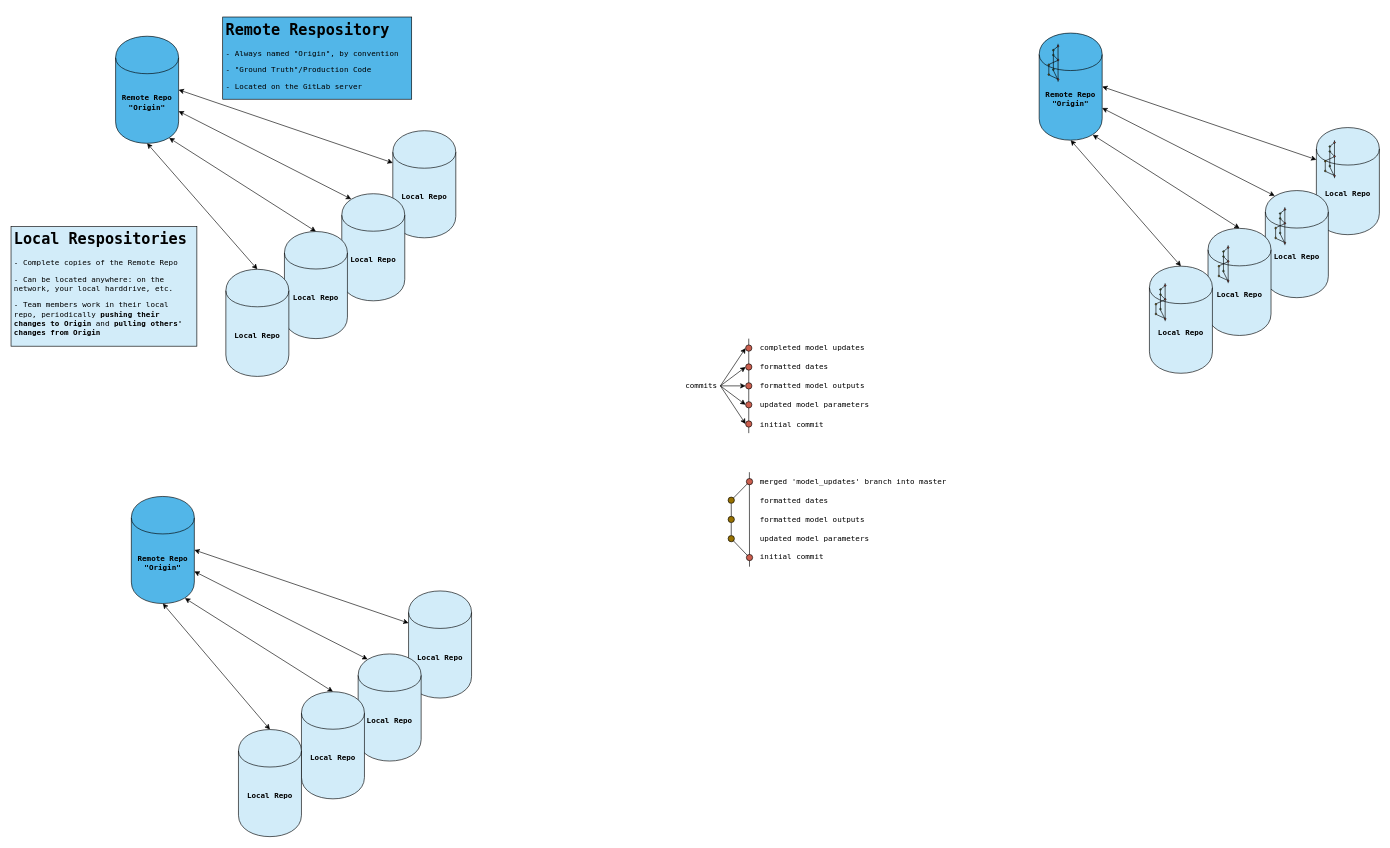
The draw.io diagram img/diagrams.drawio in summitllc/git_school, before the edit. Source tidied: cells renumbered, new cells numbered last; positions are measured from the earlier drawing's top-left corner, leaving out a move shared by most shapes. Both pictures are drawn from the tidied source at 63%, with x=0, y=0 at pixel (11, 17).
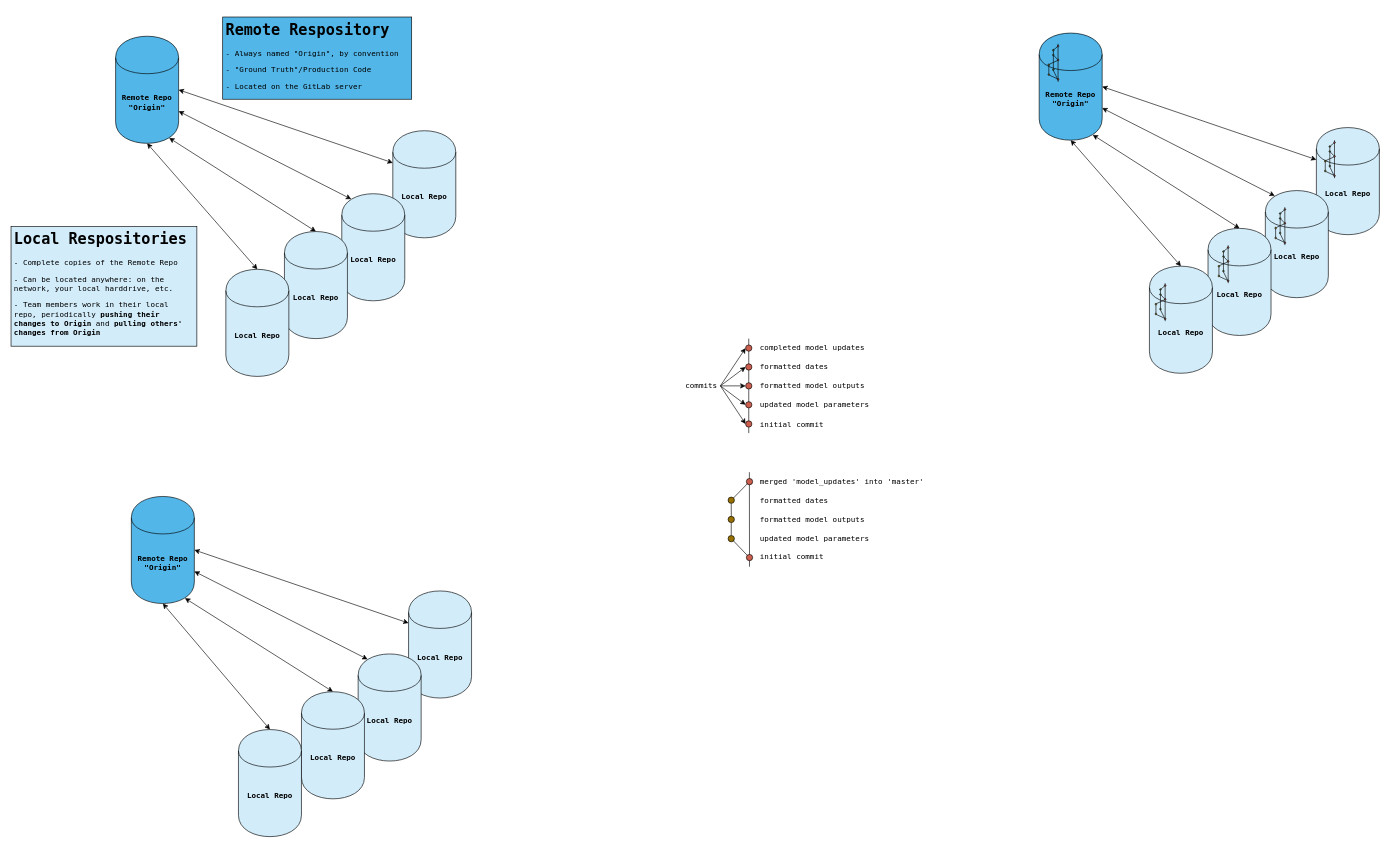
After the change.

Commit message (it also covers changes not shown here):
updated branching diagram, beginning workflow description

Diff of the diagram source:
```diff
@@
-    <mxCell id="51" value="&lt;font face=&quot;Lucida Console&quot;&gt;merged 'model_updates' branch into master&lt;/font&gt;" style="text;html=1;strokeColor=none;fillColor=none;align=left;verticalAlign=middle;whiteSpace=wrap;rounded=0;" parent="1" vertex="1">
-      <mxGeometry x="1186.6" y="726.8" width="309.4" height="20" as="geometry" />
+    <mxCell id="51" value="&lt;font face=&quot;Lucida Console&quot;&gt;merged 'model_updates' into 'master'&lt;/font&gt;" style="text;html=1;strokeColor=none;fillColor=none;align=left;verticalAlign=middle;whiteSpace=wrap;rounded=0;" parent="1" vertex="1">
+      <mxGeometry x="1186.6" y="726.8" width="269.4" height="20" as="geometry" />
     </mxCell>
```
